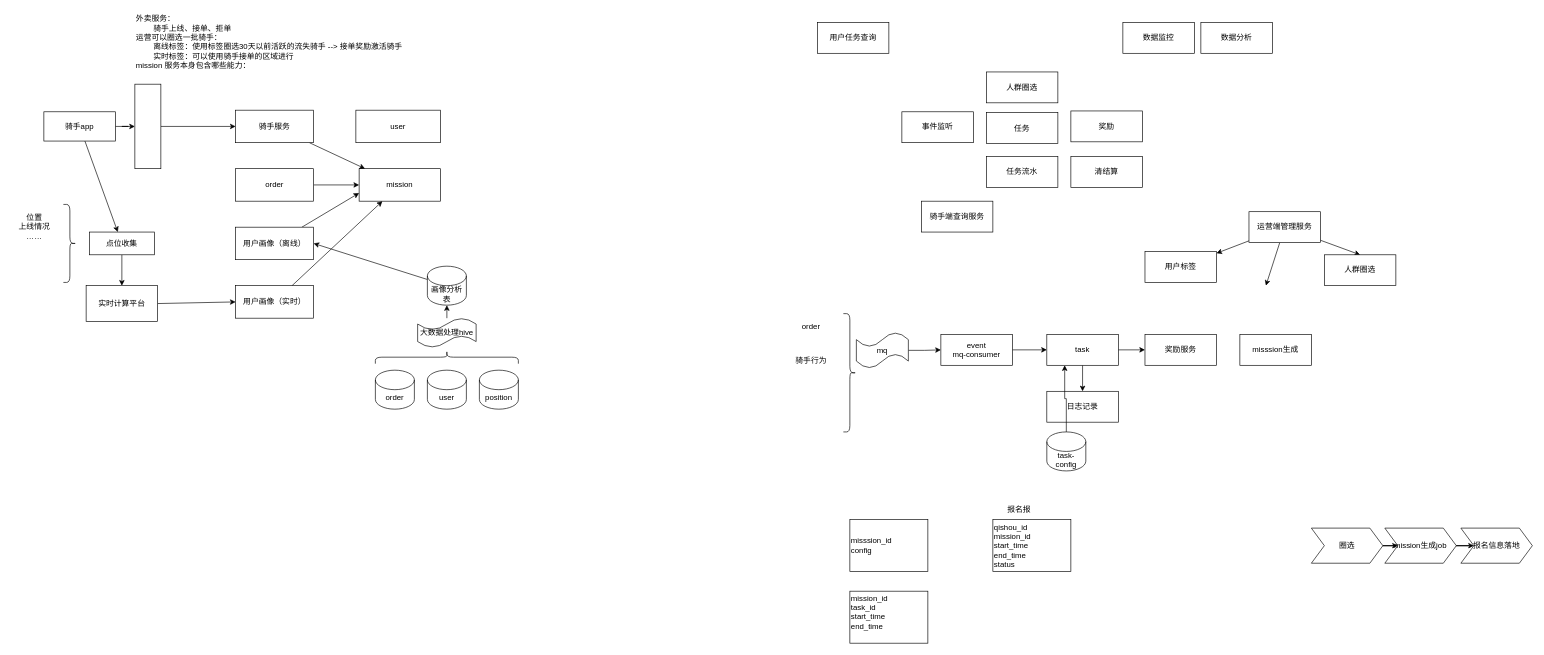
The draw.io diagram 面试1.drawio in ShayneL/-, before the edit. Source tidied: cells renumbered, new cells numbered last; positions are measured from the earlier drawing's top-left corner, leaving out a move shared by most shapes. Both pictures are drawn from the tidied source at 65%, with x=0, y=0 at pixel (11, 11).
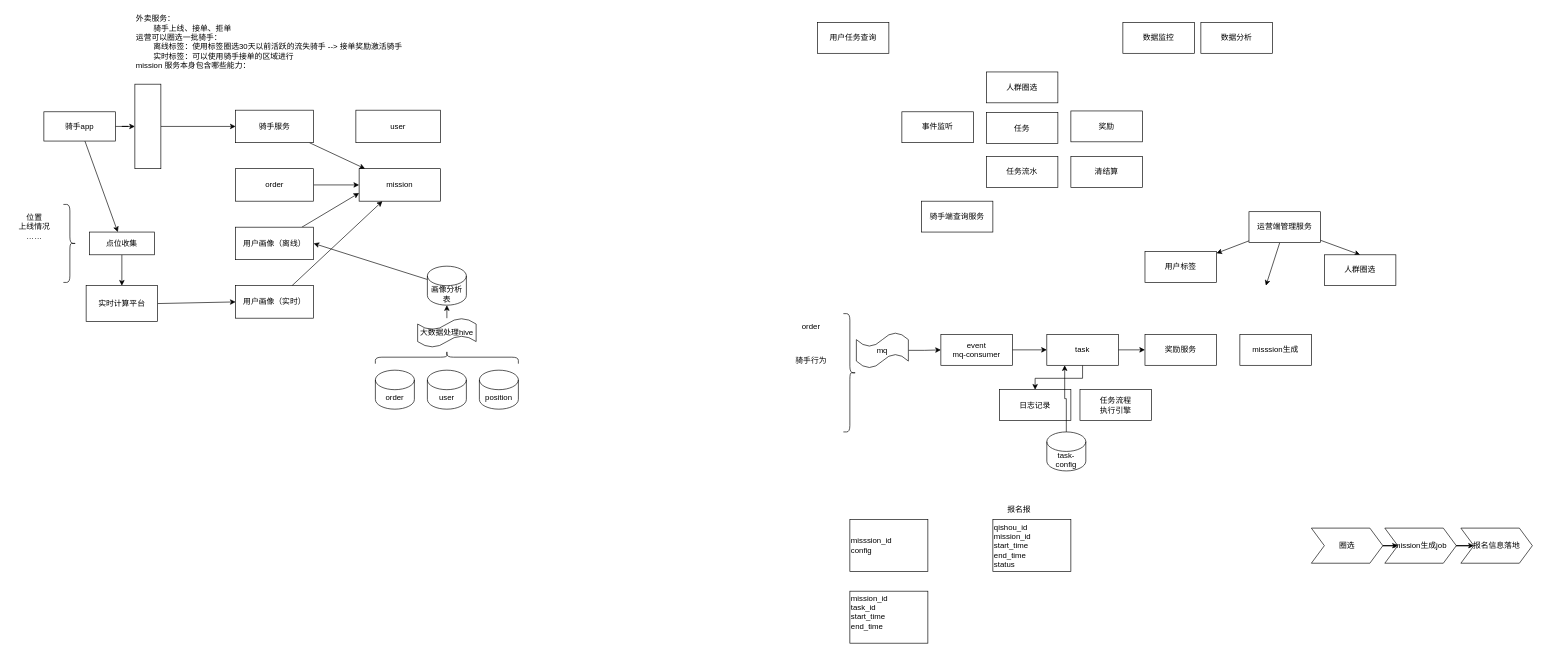
The same diagram, later.

The edit, as a diff of the source:
```diff
@@
     <mxCell id="45" value="日志记录" style="rounded=0;whiteSpace=wrap;html=1;" parent="1" vertex="1">
-      <mxGeometry x="1593" y="584.5" width="110" height="47.5" as="geometry" />
+      <mxGeometry x="1520" y="582" width="110" height="47.5" as="geometry" />
     </mxCell>
@@
+    <mxCell id="73" value="任务流程&lt;div&gt;执行引擎&lt;/div&gt;" style="rounded=0;whiteSpace=wrap;html=1;" parent="1" vertex="1">
+      <mxGeometry x="1644" y="582" width="110" height="47.5" as="geometry" />
+    </mxCell>
```
